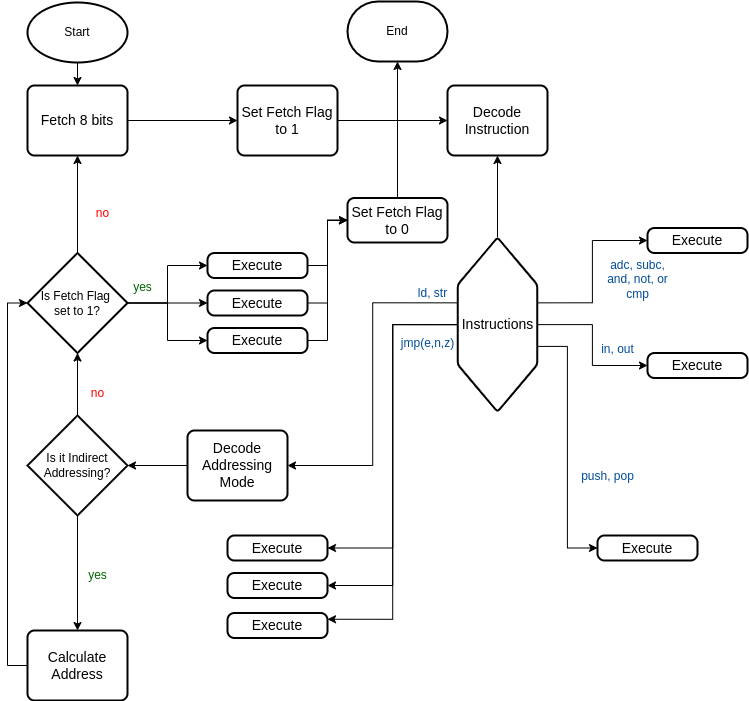
Earlier version of the draw.io export Diagrams/Instruction_Cycles.drawio.png (AbiPrescott/Sharp-R8). Source tidied: cells renumbered, new cells last; positions are measured from the earlier drawing's top-left corner, leaving out a move shared by most shapes. Source of this version:
```xml
<mxGraphModel background="#ffffff">
  <root>
    <mxCell id="0" />
    <mxCell id="1" parent="0" />
    <mxCell id="2" style="edgeStyle=orthogonalEdgeStyle;rounded=0;jettySize=auto;html=1;exitX=1;exitY=0.5;exitDx=0;exitDy=0;entryX=0;entryY=0.5;entryDx=0;entryDy=0;fontFamily=Helvetica;fontSize=12;fontColor=default;" parent="1" edge="1" source="3" target="19">
      <mxGeometry relative="1" as="geometry" />
    </mxCell>
    <mxCell id="3" value="&lt;font style=&quot;font-size: 14px;&quot;&gt;Fetch 8 bits&lt;/font&gt;" style="rounded=1;whiteSpace=wrap;html=1;absoluteArcSize=1;arcSize=14;strokeWidth=2;" parent="1" vertex="1">
      <mxGeometry y="84" width="100" height="70" as="geometry" />
    </mxCell>
    <mxCell id="4" style="edgeStyle=orthogonalEdgeStyle;rounded=0;jettySize=auto;html=1;exitX=0.375;exitY=1;exitDx=0;exitDy=0;entryX=1;entryY=0.5;entryDx=0;entryDy=0;fontFamily=Helvetica;fontSize=12;fontColor=default;" parent="1" edge="1" source="12" target="14">
      <mxGeometry relative="1" as="geometry" />
    </mxCell>
    <mxCell id="5" style="edgeStyle=orthogonalEdgeStyle;rounded=0;jettySize=auto;html=1;exitX=0.5;exitY=1;exitDx=0;exitDy=0;entryX=1;entryY=0.5;entryDx=0;entryDy=0;fontFamily=Helvetica;fontSize=12;fontColor=default;" parent="1" edge="1" source="12" target="33">
      <mxGeometry relative="1" as="geometry" />
    </mxCell>
    <mxCell id="6" style="edgeStyle=orthogonalEdgeStyle;rounded=0;jettySize=auto;html=1;exitX=0.5;exitY=1;exitDx=0;exitDy=0;entryX=1;entryY=0.5;entryDx=0;entryDy=0;fontFamily=Helvetica;fontSize=12;fontColor=default;" parent="1" edge="1" source="12" target="34">
      <mxGeometry relative="1" as="geometry" />
    </mxCell>
    <mxCell id="7" style="edgeStyle=orthogonalEdgeStyle;rounded=0;jettySize=auto;html=1;exitX=0.5;exitY=1;exitDx=0;exitDy=0;entryX=1;entryY=0.25;entryDx=0;entryDy=0;fontFamily=Helvetica;fontSize=12;fontColor=default;" parent="1" edge="1" source="12" target="35">
      <mxGeometry relative="1" as="geometry" />
    </mxCell>
    <mxCell id="8" style="edgeStyle=orthogonalEdgeStyle;rounded=0;jettySize=auto;html=1;exitX=0.375;exitY=0;exitDx=0;exitDy=0;entryX=0;entryY=0.5;entryDx=0;entryDy=0;fontFamily=Helvetica;fontSize=12;fontColor=default;" parent="1" edge="1" source="12" target="37">
      <mxGeometry relative="1" as="geometry" />
    </mxCell>
    <mxCell id="9" style="edgeStyle=orthogonalEdgeStyle;rounded=0;jettySize=auto;html=1;exitX=0;exitY=0.5;exitDx=0;exitDy=0;entryX=0.5;entryY=1;entryDx=0;entryDy=0;fontFamily=Helvetica;fontSize=12;fontColor=default;" parent="1" edge="1" source="12" target="13">
      <mxGeometry relative="1" as="geometry" />
    </mxCell>
    <mxCell id="10" style="edgeStyle=orthogonalEdgeStyle;rounded=0;jettySize=auto;html=1;exitX=0.5;exitY=0;exitDx=0;exitDy=0;entryX=0;entryY=0.5;entryDx=0;entryDy=0;fontFamily=Helvetica;fontSize=12;fontColor=default;" parent="1" edge="1" source="12" target="38">
      <mxGeometry relative="1" as="geometry" />
    </mxCell>
    <mxCell id="11" style="edgeStyle=orthogonalEdgeStyle;rounded=0;jettySize=auto;html=1;exitX=0.625;exitY=0;exitDx=0;exitDy=0;entryX=0;entryY=0.5;entryDx=0;entryDy=0;fontFamily=Helvetica;fontSize=12;fontColor=default;" parent="1" edge="1" source="12" target="36">
      <mxGeometry relative="1" as="geometry" />
    </mxCell>
    <mxCell id="12" style="verticalLabelPosition=bottom;verticalAlign=top;html=1;shape=hexagon;perimeter=hexagonPerimeter2;arcSize=6;size=0.27;rounded=1;strokeColor=default;strokeWidth=2;align=center;fontFamily=Helvetica;fontSize=12;fontColor=default;fillColor=default;rotation=90;" parent="1" vertex="1">
      <mxGeometry x="382.9" y="283.4" width="174.2" height="79.5" as="geometry" />
    </mxCell>
    <mxCell id="13" value="&lt;span style=&quot;font-size: 14px;&quot;&gt;Decode Instruction&lt;/span&gt;" style="rounded=1;whiteSpace=wrap;html=1;absoluteArcSize=1;arcSize=14;strokeWidth=2;" parent="1" vertex="1">
      <mxGeometry x="420" y="84" width="100" height="70" as="geometry" />
    </mxCell>
    <mxCell id="14" value="&lt;span style=&quot;font-size: 14px;&quot;&gt;Decode Addressing Mode&lt;/span&gt;" style="rounded=1;whiteSpace=wrap;html=1;absoluteArcSize=1;arcSize=14;strokeWidth=2;" parent="1" vertex="1">
      <mxGeometry x="160" y="429" width="100" height="70" as="geometry" />
    </mxCell>
    <mxCell id="15" style="edgeStyle=orthogonalEdgeStyle;rounded=0;jettySize=auto;html=1;exitX=0.5;exitY=1;exitDx=0;exitDy=0;exitPerimeter=0;entryX=0.5;entryY=0;entryDx=0;entryDy=0;fontFamily=Helvetica;fontSize=12;fontColor=default;" parent="1" edge="1" source="16" target="17">
      <mxGeometry relative="1" as="geometry" />
    </mxCell>
    <mxCell id="16" value="Is it Indirect Addressing?" style="strokeWidth=2;html=1;shape=mxgraph.flowchart.decision;whiteSpace=wrap;rounded=1;strokeColor=default;align=center;verticalAlign=middle;fontFamily=Helvetica;fontSize=12;fontColor=default;fillColor=default;" parent="1" vertex="1">
      <mxGeometry y="414" width="100" height="100" as="geometry" />
    </mxCell>
    <mxCell id="17" value="&lt;span style=&quot;font-size: 14px;&quot;&gt;Calculate Address&lt;/span&gt;" style="rounded=1;whiteSpace=wrap;html=1;absoluteArcSize=1;arcSize=14;strokeWidth=2;" parent="1" vertex="1">
      <mxGeometry y="629" width="100" height="70" as="geometry" />
    </mxCell>
    <mxCell id="18" style="edgeStyle=orthogonalEdgeStyle;rounded=0;jettySize=auto;html=1;exitX=1;exitY=0.5;exitDx=0;exitDy=0;entryX=0;entryY=0.5;entryDx=0;entryDy=0;fontFamily=Helvetica;fontSize=12;fontColor=default;" parent="1" edge="1" source="19" target="13">
      <mxGeometry relative="1" as="geometry" />
    </mxCell>
    <mxCell id="19" value="&lt;span style=&quot;font-size: 14px;&quot;&gt;Set Fetch Flag to 1&lt;/span&gt;" style="rounded=1;whiteSpace=wrap;html=1;absoluteArcSize=1;arcSize=14;strokeWidth=2;" parent="1" vertex="1">
      <mxGeometry x="210" y="84" width="100" height="70" as="geometry" />
    </mxCell>
    <mxCell id="20" style="edgeStyle=orthogonalEdgeStyle;rounded=0;jettySize=auto;html=1;exitX=0;exitY=0.5;exitDx=0;exitDy=0;entryX=1;entryY=0.5;entryDx=0;entryDy=0;entryPerimeter=0;fontFamily=Helvetica;fontSize=12;fontColor=default;" parent="1" edge="1" source="14" target="16">
      <mxGeometry relative="1" as="geometry" />
    </mxCell>
    <mxCell id="21" style="edgeStyle=orthogonalEdgeStyle;rounded=0;jettySize=auto;html=1;exitX=0.5;exitY=0;exitDx=0;exitDy=0;exitPerimeter=0;fontFamily=Helvetica;fontSize=12;fontColor=#000000;" parent="1" edge="1" source="25" target="3">
      <mxGeometry relative="1" as="geometry" />
    </mxCell>
    <mxCell id="22" style="edgeStyle=orthogonalEdgeStyle;rounded=0;jettySize=auto;html=1;exitX=1;exitY=0.5;exitDx=0;exitDy=0;exitPerimeter=0;entryX=0;entryY=0.5;entryDx=0;entryDy=0;fontFamily=Helvetica;fontSize=12;fontColor=default;" parent="1" edge="1" source="25" target="28">
      <mxGeometry relative="1" as="geometry" />
    </mxCell>
    <mxCell id="23" style="edgeStyle=orthogonalEdgeStyle;rounded=0;jettySize=auto;html=1;exitX=1;exitY=0.5;exitDx=0;exitDy=0;exitPerimeter=0;entryX=0;entryY=0.5;entryDx=0;entryDy=0;fontFamily=Helvetica;fontSize=12;fontColor=default;" parent="1" edge="1" source="25" target="30">
      <mxGeometry relative="1" as="geometry" />
    </mxCell>
    <mxCell id="24" style="edgeStyle=orthogonalEdgeStyle;rounded=0;jettySize=auto;html=1;exitX=1;exitY=0.5;exitDx=0;exitDy=0;exitPerimeter=0;entryX=0;entryY=0.5;entryDx=0;entryDy=0;fontFamily=Helvetica;fontSize=12;fontColor=default;" parent="1" edge="1" source="25" target="32">
      <mxGeometry relative="1" as="geometry" />
    </mxCell>
    <mxCell id="25" value="Is Fetch Flag&amp;nbsp;&lt;br&gt;set to 1?" style="strokeWidth=2;html=1;shape=mxgraph.flowchart.decision;whiteSpace=wrap;rounded=1;strokeColor=default;align=center;verticalAlign=middle;fontFamily=Helvetica;fontSize=12;fontColor=default;fillColor=default;" parent="1" vertex="1">
      <mxGeometry y="251.5" width="100" height="100" as="geometry" />
    </mxCell>
    <mxCell id="26" style="edgeStyle=orthogonalEdgeStyle;rounded=0;jettySize=auto;html=1;exitX=0.5;exitY=0;exitDx=0;exitDy=0;exitPerimeter=0;entryX=0.5;entryY=1;entryDx=0;entryDy=0;entryPerimeter=0;fontFamily=Helvetica;fontSize=12;fontColor=default;" parent="1" edge="1" source="16" target="25">
      <mxGeometry relative="1" as="geometry" />
    </mxCell>
    <mxCell id="27" style="edgeStyle=orthogonalEdgeStyle;rounded=0;jettySize=auto;html=1;exitX=1;exitY=0.5;exitDx=0;exitDy=0;entryX=0;entryY=0.5;entryDx=0;entryDy=0;fontFamily=Helvetica;fontSize=12;fontColor=default;" parent="1" edge="1" source="28" target="47">
      <mxGeometry relative="1" as="geometry" />
    </mxCell>
    <mxCell id="28" value="&lt;span style=&quot;font-size: 14px;&quot;&gt;Execute&lt;/span&gt;" style="rounded=1;whiteSpace=wrap;html=1;absoluteArcSize=1;arcSize=14;strokeWidth=2;" parent="1" vertex="1">
      <mxGeometry x="180" y="251.5" width="100" height="25" as="geometry" />
    </mxCell>
    <mxCell id="29" style="edgeStyle=orthogonalEdgeStyle;rounded=0;jettySize=auto;html=1;exitX=1;exitY=0.5;exitDx=0;exitDy=0;entryX=0;entryY=0.5;entryDx=0;entryDy=0;fontFamily=Helvetica;fontSize=12;fontColor=default;" parent="1" edge="1" source="30" target="47">
      <mxGeometry relative="1" as="geometry" />
    </mxCell>
    <mxCell id="30" value="&lt;span style=&quot;font-size: 14px;&quot;&gt;Execute&lt;/span&gt;" style="rounded=1;whiteSpace=wrap;html=1;absoluteArcSize=1;arcSize=14;strokeWidth=2;" parent="1" vertex="1">
      <mxGeometry x="180" y="289" width="100" height="25" as="geometry" />
    </mxCell>
    <mxCell id="31" style="edgeStyle=orthogonalEdgeStyle;rounded=0;jettySize=auto;html=1;exitX=1;exitY=0.5;exitDx=0;exitDy=0;entryX=0;entryY=0.5;entryDx=0;entryDy=0;fontFamily=Helvetica;fontSize=12;fontColor=default;" parent="1" edge="1" source="32" target="47">
      <mxGeometry relative="1" as="geometry" />
    </mxCell>
    <mxCell id="32" value="&lt;span style=&quot;font-size: 14px;&quot;&gt;Execute&lt;/span&gt;" style="rounded=1;whiteSpace=wrap;html=1;absoluteArcSize=1;arcSize=14;strokeWidth=2;" parent="1" vertex="1">
      <mxGeometry x="180" y="326.5" width="100" height="25" as="geometry" />
    </mxCell>
    <mxCell id="33" value="&lt;span style=&quot;font-size: 14px;&quot;&gt;Execute&lt;/span&gt;" style="rounded=1;whiteSpace=wrap;html=1;absoluteArcSize=1;arcSize=14;strokeWidth=2;" parent="1" vertex="1">
      <mxGeometry x="200" y="534" width="100" height="25" as="geometry" />
    </mxCell>
    <mxCell id="34" value="&lt;span style=&quot;font-size: 14px;&quot;&gt;Execute&lt;/span&gt;" style="rounded=1;whiteSpace=wrap;html=1;absoluteArcSize=1;arcSize=14;strokeWidth=2;" parent="1" vertex="1">
      <mxGeometry x="200" y="571.5" width="100" height="25" as="geometry" />
    </mxCell>
    <mxCell id="35" value="&lt;span style=&quot;font-size: 14px;&quot;&gt;Execute&lt;/span&gt;" style="rounded=1;whiteSpace=wrap;html=1;absoluteArcSize=1;arcSize=14;strokeWidth=2;" parent="1" vertex="1">
      <mxGeometry x="200" y="611.5" width="100" height="25" as="geometry" />
    </mxCell>
    <mxCell id="36" value="&lt;span style=&quot;font-size: 14px;&quot;&gt;Execute&lt;/span&gt;" style="rounded=1;whiteSpace=wrap;html=1;absoluteArcSize=1;arcSize=14;strokeWidth=2;" parent="1" vertex="1">
      <mxGeometry x="570" y="534" width="100" height="25" as="geometry" />
    </mxCell>
    <mxCell id="37" value="&lt;span style=&quot;font-size: 14px;&quot;&gt;Execute&lt;/span&gt;" style="rounded=1;whiteSpace=wrap;html=1;absoluteArcSize=1;arcSize=14;strokeWidth=2;" parent="1" vertex="1">
      <mxGeometry x="620" y="226.5" width="100" height="25" as="geometry" />
    </mxCell>
    <mxCell id="38" value="&lt;span style=&quot;font-size: 14px;&quot;&gt;Execute&lt;/span&gt;" style="rounded=1;whiteSpace=wrap;html=1;absoluteArcSize=1;arcSize=14;strokeWidth=2;" parent="1" vertex="1">
      <mxGeometry x="620" y="351.5" width="100" height="25" as="geometry" />
    </mxCell>
    <mxCell id="39" value="&lt;font style=&quot;font-size: 14px;&quot;&gt;Instructions&lt;/font&gt;" style="text;html=1;align=center;verticalAlign=middle;strokeColor=none;fillColor=none;fontSize=12;fontFamily=Helvetica;fontColor=default;" parent="1" vertex="1">
      <mxGeometry x="420" y="308.1" width="100" height="30" as="geometry" />
    </mxCell>
    <mxCell id="40" value="&lt;font color=&quot;#004c99&quot;&gt;ld, str&lt;/font&gt;" style="text;html=1;align=center;verticalAlign=middle;strokeColor=none;fillColor=none;fontSize=12;fontFamily=Helvetica;fontColor=default;" parent="1" vertex="1">
      <mxGeometry x="380" y="276.5" width="50" height="30" as="geometry" />
    </mxCell>
    <mxCell id="41" value="&lt;font color=&quot;#004c99&quot;&gt;jmp(e,n,z)&lt;/font&gt;" style="text;html=1;align=center;verticalAlign=middle;strokeColor=none;fillColor=none;fontSize=12;fontFamily=Helvetica;fontColor=default;" parent="1" vertex="1">
      <mxGeometry x="360" y="326.5" width="80" height="30" as="geometry" />
    </mxCell>
    <mxCell id="42" value="&lt;font color=&quot;#004c99&quot;&gt;push, pop&lt;/font&gt;" style="text;html=1;align=center;verticalAlign=middle;strokeColor=none;fillColor=none;fontSize=12;fontFamily=Helvetica;fontColor=default;" parent="1" vertex="1">
      <mxGeometry x="540" y="460" width="80" height="30" as="geometry" />
    </mxCell>
    <mxCell id="43" value="&lt;font color=&quot;#004c99&quot;&gt;adc, subc,&lt;br&gt;and, not, or&lt;br&gt;cmp&lt;/font&gt;" style="text;html=1;align=center;verticalAlign=middle;strokeColor=none;fillColor=none;fontSize=12;fontFamily=Helvetica;fontColor=default;" parent="1" vertex="1">
      <mxGeometry x="570" y="248.1" width="80" height="60" as="geometry" />
    </mxCell>
    <mxCell id="44" value="&lt;font color=&quot;#004c99&quot;&gt;in, out&lt;/font&gt;" style="text;html=1;align=center;verticalAlign=middle;strokeColor=none;fillColor=none;fontSize=12;fontFamily=Helvetica;fontColor=default;" parent="1" vertex="1">
      <mxGeometry x="560" y="332.9" width="60" height="30" as="geometry" />
    </mxCell>
    <mxCell id="45" value="&lt;font color=&quot;#ff0000&quot;&gt;no&lt;/font&gt;" style="text;html=1;align=center;verticalAlign=middle;strokeColor=none;fillColor=none;fontSize=12;fontFamily=Helvetica;fontColor=default;" parent="1" vertex="1">
      <mxGeometry x="55" y="196.5" width="40" height="30" as="geometry" />
    </mxCell>
    <mxCell id="46" value="&lt;font color=&quot;#006600&quot;&gt;yes&lt;/font&gt;" style="text;html=1;align=center;verticalAlign=middle;strokeColor=none;fillColor=none;fontSize=12;fontFamily=Helvetica;fontColor=default;" parent="1" vertex="1">
      <mxGeometry x="95" y="271" width="40" height="30" as="geometry" />
    </mxCell>
    <mxCell id="47" value="&lt;span style=&quot;font-size: 14px;&quot;&gt;Set Fetch Flag to 0&lt;/span&gt;" style="rounded=1;whiteSpace=wrap;html=1;absoluteArcSize=1;arcSize=14;strokeWidth=2;" parent="1" vertex="1">
      <mxGeometry x="320" y="196.5" width="100" height="44.5" as="geometry" />
    </mxCell>
    <mxCell id="48" style="edgeStyle=orthogonalEdgeStyle;rounded=0;jettySize=auto;html=1;exitX=0.5;exitY=1;exitDx=0;exitDy=0;exitPerimeter=0;entryX=0.5;entryY=0;entryDx=0;entryDy=0;fontFamily=Helvetica;fontSize=12;fontColor=default;" parent="1" edge="1" source="49" target="3">
      <mxGeometry relative="1" as="geometry" />
    </mxCell>
    <mxCell id="49" value="Start" style="strokeWidth=2;html=1;shape=mxgraph.flowchart.start_1;whiteSpace=wrap;rounded=1;strokeColor=default;align=center;verticalAlign=middle;fontFamily=Helvetica;fontSize=12;fontColor=default;fillColor=default;" parent="1" vertex="1">
      <mxGeometry y="1" width="100" height="60" as="geometry" />
    </mxCell>
    <mxCell id="50" value="End" style="strokeWidth=2;html=1;shape=mxgraph.flowchart.terminator;whiteSpace=wrap;rounded=1;strokeColor=default;align=center;verticalAlign=middle;fontFamily=Helvetica;fontSize=12;fontColor=default;fillColor=default;" parent="1" vertex="1">
      <mxGeometry x="320" width="100" height="60" as="geometry" />
    </mxCell>
    <mxCell id="51" style="edgeStyle=orthogonalEdgeStyle;rounded=0;jettySize=auto;html=1;exitX=0.5;exitY=0;exitDx=0;exitDy=0;entryX=0.5;entryY=1;entryDx=0;entryDy=0;entryPerimeter=0;fontFamily=Helvetica;fontSize=12;fontColor=default;" parent="1" edge="1" source="47" target="50">
      <mxGeometry relative="1" as="geometry" />
    </mxCell>
    <mxCell id="52" value="&lt;font color=&quot;#ff0000&quot;&gt;no&lt;/font&gt;" style="text;html=1;align=center;verticalAlign=middle;strokeColor=none;fillColor=none;fontSize=12;fontFamily=Helvetica;fontColor=default;" parent="1" vertex="1">
      <mxGeometry x="50" y="376.5" width="40" height="30" as="geometry" />
    </mxCell>
    <mxCell id="53" value="&lt;font color=&quot;#006600&quot;&gt;yes&lt;/font&gt;" style="text;html=1;align=center;verticalAlign=middle;strokeColor=none;fillColor=none;fontSize=12;fontFamily=Helvetica;fontColor=default;" parent="1" vertex="1">
      <mxGeometry x="50" y="559" width="40" height="30" as="geometry" />
    </mxCell>
    <mxCell id="54" style="edgeStyle=orthogonalEdgeStyle;rounded=0;jettySize=auto;html=1;exitX=0;exitY=0.5;exitDx=0;exitDy=0;entryX=0;entryY=0.5;entryDx=0;entryDy=0;entryPerimeter=0;fontFamily=Helvetica;fontSize=12;fontColor=default;" parent="1" edge="1" source="17" target="25">
      <mxGeometry relative="1" as="geometry" />
    </mxCell>
  </root>
</mxGraphModel>
```
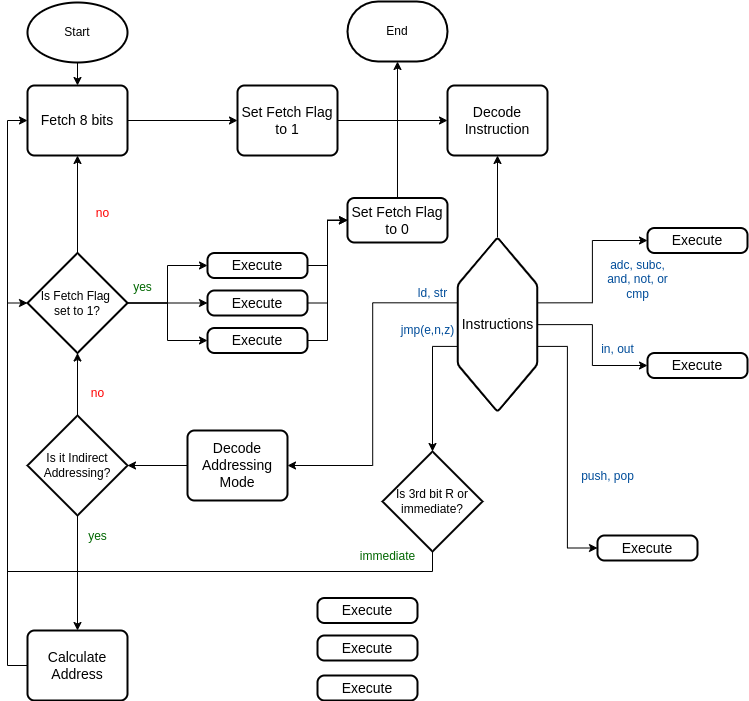
Later version of the same file.

Change to the diagram source:
```diff
@@ -11,15 +11,6 @@
     <mxCell id="4" style="edgeStyle=orthogonalEdgeStyle;rounded=0;jettySize=auto;html=1;exitX=0.375;exitY=1;exitDx=0;exitDy=0;entryX=1;entryY=0.5;entryDx=0;entryDy=0;fontFamily=Helvetica;fontSize=12;fontColor=default;" parent="1" edge="1" source="12" target="14">
       <mxGeometry relative="1" as="geometry" />
     </mxCell>
-    <mxCell id="5" style="edgeStyle=orthogonalEdgeStyle;rounded=0;jettySize=auto;html=1;exitX=0.5;exitY=1;exitDx=0;exitDy=0;entryX=1;entryY=0.5;entryDx=0;entryDy=0;fontFamily=Helvetica;fontSize=12;fontColor=default;" parent="1" edge="1" source="12" target="33">
-      <mxGeometry relative="1" as="geometry" />
-    </mxCell>
-    <mxCell id="6" style="edgeStyle=orthogonalEdgeStyle;rounded=0;jettySize=auto;html=1;exitX=0.5;exitY=1;exitDx=0;exitDy=0;entryX=1;entryY=0.5;entryDx=0;entryDy=0;fontFamily=Helvetica;fontSize=12;fontColor=default;" parent="1" edge="1" source="12" target="34">
-      <mxGeometry relative="1" as="geometry" />
-    </mxCell>
-    <mxCell id="7" style="edgeStyle=orthogonalEdgeStyle;rounded=0;jettySize=auto;html=1;exitX=0.5;exitY=1;exitDx=0;exitDy=0;entryX=1;entryY=0.25;entryDx=0;entryDy=0;fontFamily=Helvetica;fontSize=12;fontColor=default;" parent="1" edge="1" source="12" target="35">
-      <mxGeometry relative="1" as="geometry" />
-    </mxCell>
     <mxCell id="8" style="edgeStyle=orthogonalEdgeStyle;rounded=0;jettySize=auto;html=1;exitX=0.375;exitY=0;exitDx=0;exitDy=0;entryX=0;entryY=0.5;entryDx=0;entryDy=0;fontFamily=Helvetica;fontSize=12;fontColor=default;" parent="1" edge="1" source="12" target="37">
       <mxGeometry relative="1" as="geometry" />
     </mxCell>
@@ -96,13 +87,13 @@
       <mxGeometry x="180" y="326.5" width="100" height="25" as="geometry" />
     </mxCell>
     <mxCell id="33" value="&lt;span style=&quot;font-size: 14px;&quot;&gt;Execute&lt;/span&gt;" style="rounded=1;whiteSpace=wrap;html=1;absoluteArcSize=1;arcSize=14;strokeWidth=2;" parent="1" vertex="1">
-      <mxGeometry x="200" y="534" width="100" height="25" as="geometry" />
+      <mxGeometry x="290" y="596.5" width="100" height="25" as="geometry" />
     </mxCell>
     <mxCell id="34" value="&lt;span style=&quot;font-size: 14px;&quot;&gt;Execute&lt;/span&gt;" style="rounded=1;whiteSpace=wrap;html=1;absoluteArcSize=1;arcSize=14;strokeWidth=2;" parent="1" vertex="1">
-      <mxGeometry x="200" y="571.5" width="100" height="25" as="geometry" />
+      <mxGeometry x="290" y="634" width="100" height="25" as="geometry" />
     </mxCell>
     <mxCell id="35" value="&lt;span style=&quot;font-size: 14px;&quot;&gt;Execute&lt;/span&gt;" style="rounded=1;whiteSpace=wrap;html=1;absoluteArcSize=1;arcSize=14;strokeWidth=2;" parent="1" vertex="1">
-      <mxGeometry x="200" y="611.5" width="100" height="25" as="geometry" />
+      <mxGeometry x="290" y="674" width="100" height="25" as="geometry" />
     </mxCell>
     <mxCell id="36" value="&lt;span style=&quot;font-size: 14px;&quot;&gt;Execute&lt;/span&gt;" style="rounded=1;whiteSpace=wrap;html=1;absoluteArcSize=1;arcSize=14;strokeWidth=2;" parent="1" vertex="1">
       <mxGeometry x="570" y="534" width="100" height="25" as="geometry" />
@@ -120,7 +111,7 @@
       <mxGeometry x="380" y="276.5" width="50" height="30" as="geometry" />
     </mxCell>
     <mxCell id="41" value="&lt;font color=&quot;#004c99&quot;&gt;jmp(e,n,z)&lt;/font&gt;" style="text;html=1;align=center;verticalAlign=middle;strokeColor=none;fillColor=none;fontSize=12;fontFamily=Helvetica;fontColor=default;" parent="1" vertex="1">
-      <mxGeometry x="360" y="326.5" width="80" height="30" as="geometry" />
+      <mxGeometry x="360" y="314" width="80" height="30" as="geometry" />
     </mxCell>
     <mxCell id="42" value="&lt;font color=&quot;#004c99&quot;&gt;push, pop&lt;/font&gt;" style="text;html=1;align=center;verticalAlign=middle;strokeColor=none;fillColor=none;fontSize=12;fontFamily=Helvetica;fontColor=default;" parent="1" vertex="1">
       <mxGeometry x="540" y="460" width="80" height="30" as="geometry" />
@@ -156,10 +147,22 @@
       <mxGeometry x="50" y="376.5" width="40" height="30" as="geometry" />
     </mxCell>
     <mxCell id="53" value="&lt;font color=&quot;#006600&quot;&gt;yes&lt;/font&gt;" style="text;html=1;align=center;verticalAlign=middle;strokeColor=none;fillColor=none;fontSize=12;fontFamily=Helvetica;fontColor=default;" parent="1" vertex="1">
-      <mxGeometry x="50" y="559" width="40" height="30" as="geometry" />
+      <mxGeometry x="50" y="520" width="40" height="30" as="geometry" />
     </mxCell>
     <mxCell id="54" style="edgeStyle=orthogonalEdgeStyle;rounded=0;jettySize=auto;html=1;exitX=0;exitY=0.5;exitDx=0;exitDy=0;entryX=0;entryY=0.5;entryDx=0;entryDy=0;entryPerimeter=0;fontFamily=Helvetica;fontSize=12;fontColor=default;" parent="1" edge="1" source="17" target="25">
       <mxGeometry relative="1" as="geometry" />
     </mxCell>
+    <mxCell id="55" style="edgeStyle=orthogonalEdgeStyle;rounded=0;jettySize=auto;html=1;exitX=0.5;exitY=1;exitDx=0;exitDy=0;exitPerimeter=0;entryX=0;entryY=0.5;entryDx=0;entryDy=0;" parent="1" edge="1" source="56" target="3">
+      <mxGeometry relative="1" as="geometry" />
+    </mxCell>
+    <mxCell id="56" value="Is 3rd bit R or immediate?" style="strokeWidth=2;html=1;shape=mxgraph.flowchart.decision;whiteSpace=wrap;rounded=1;strokeColor=default;align=center;verticalAlign=middle;fontFamily=Helvetica;fontSize=12;fontColor=default;fillColor=default;" parent="1" vertex="1">
+      <mxGeometry x="355" y="450" width="100" height="100" as="geometry" />
+    </mxCell>
+    <mxCell id="57" style="edgeStyle=orthogonalEdgeStyle;rounded=0;jettySize=auto;html=1;exitX=0.625;exitY=1;exitDx=0;exitDy=0;entryX=0.5;entryY=0;entryDx=0;entryDy=0;entryPerimeter=0;" parent="1" edge="1" source="12" target="56">
+      <mxGeometry relative="1" as="geometry" />
+    </mxCell>
+    <mxCell id="58" value="&lt;font color=&quot;#006600&quot;&gt;immediate&lt;/font&gt;" style="text;html=1;align=center;verticalAlign=middle;strokeColor=none;fillColor=none;fontSize=12;fontFamily=Helvetica;fontColor=default;" parent="1" vertex="1">
+      <mxGeometry x="320" y="540" width="80" height="30" as="geometry" />
+    </mxCell>
   </root>
 </mxGraphModel>
```
